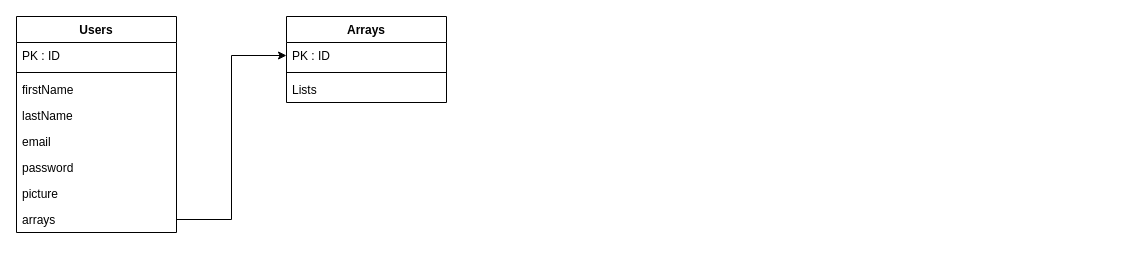
Earlier version of the draw.io diagram public/Untitled Diagram.drawio (Dimitri21/DISPW-Trello-Like). Source tidied: cells renumbered, new cells numbered last; positions are measured from the earlier drawing's top-left corner, leaving out a move shared by most shapes. Both pictures are drawn from the tidied source at 100%, with x=0, y=0 at pixel (16, 16).
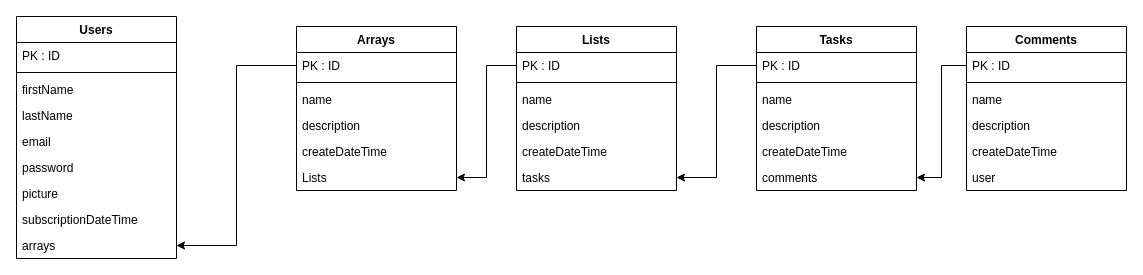
Above is the later version.

The change refers to these unchanged cells:
```xml
<mxCell id="3" value="PK : ID" style="text;strokeColor=none;fillColor=none;align=left;verticalAlign=top;spacingLeft=4;spacingRight=4;overflow=hidden;points=[[0,0.5],[1,0.5]];portConstraint=eastwest;" parent="2" vertex="1">
  <mxGeometry y="26" width="160" height="26" as="geometry" />
</mxCell>
```

What changed in the source:
```diff
@@
     <mxCell id="2" value="Arrays" style="swimlane;fontStyle=1;align=center;verticalAlign=top;horizontal=1;startSize=26;" parent="1" vertex="1">
-      <mxGeometry x="270" width="160" height="86" as="geometry" />
+      <mxGeometry x="280" y="10" width="160" height="164" as="geometry" />
     </mxCell>
@@
+    <mxCell id="16" value="name&#10;" style="text;strokeColor=none;fillColor=none;align=left;verticalAlign=top;spacingLeft=4;spacingRight=4;overflow=hidden;" parent="2" vertex="1">
+      <mxGeometry y="60" width="160" height="26" as="geometry" />
+    </mxCell>
+    <mxCell id="17" value="description&#10;" style="text;strokeColor=none;fillColor=none;align=left;verticalAlign=top;spacingLeft=4;spacingRight=4;overflow=hidden;" parent="2" vertex="1">
+      <mxGeometry y="86" width="160" height="26" as="geometry" />
+    </mxCell>
+    <mxCell id="18" value="createDateTime&#10;" style="text;strokeColor=none;fillColor=none;align=left;verticalAlign=top;spacingLeft=4;spacingRight=4;overflow=hidden;" parent="2" vertex="1">
+      <mxGeometry y="112" width="160" height="26" as="geometry" />
+    </mxCell>
     <mxCell id="5" value="Lists" style="text;strokeColor=none;fillColor=none;align=left;verticalAlign=top;spacingLeft=4;spacingRight=4;overflow=hidden;points=[[0,0.5],[1,0.5]];portConstraint=eastwest;" parent="2" vertex="1">
-      <mxGeometry y="60" width="160" height="26" as="geometry" />
+      <mxGeometry y="138" width="160" height="26" as="geometry" />
     </mxCell>
     <mxCell id="6" value="Users" style="swimlane;fontStyle=1;align=center;verticalAlign=top;horizontal=1;startSize=26;" parent="1" vertex="1">
-      <mxGeometry width="160" height="216" as="geometry" />
+      <mxGeometry width="160" height="242" as="geometry" />
     </mxCell>
@@
+    <mxCell id="19" value="picture&#10;" style="text;strokeColor=none;fillColor=none;align=left;verticalAlign=top;spacingLeft=4;spacingRight=4;overflow=hidden;" parent="6" vertex="1">
+      <mxGeometry y="164" width="160" height="26" as="geometry" />
+    </mxCell>
-    <mxCell id="13" value="picture&#10;" style="text;strokeColor=none;fillColor=none;align=left;verticalAlign=top;spacingLeft=4;spacingRight=4;overflow=hidden;" parent="6" vertex="1">
-      <mxGeometry y="164" width="160" height="26" as="geometry" />
+    <mxCell id="13" value="subscriptionDateTime&#10;&#10;" style="text;strokeColor=none;fillColor=none;align=left;verticalAlign=top;spacingLeft=4;spacingRight=4;overflow=hidden;" parent="6" vertex="1">
+      <mxGeometry y="190" width="160" height="26" as="geometry" />
     </mxCell>
     <mxCell id="14" value="arrays" style="text;strokeColor=none;fillColor=none;align=left;verticalAlign=top;spacingLeft=4;spacingRight=4;overflow=hidden;points=[[0,0.5],[1,0.5]];portConstraint=eastwest;" parent="6" vertex="1">
-      <mxGeometry y="190" width="160" height="26" as="geometry" />
+      <mxGeometry y="216" width="160" height="26" as="geometry" />
     </mxCell>
-    <mxCell id="15" style="edgeStyle=orthogonalEdgeStyle;rounded=0;jettySize=auto;html=1;exitX=1;exitY=0.5;exitDx=0;exitDy=0;entryX=0;entryY=0.5;entryDx=0;entryDy=0;" parent="1" edge="1" source="14" target="3">
-      <mxGeometry relative="1" as="geometry" />
-    </mxCell>
+    <mxCell id="20" value="Lists" style="swimlane;fontStyle=1;align=center;verticalAlign=top;horizontal=1;startSize=26;" parent="1" vertex="1">
+      <mxGeometry x="500" y="10" width="160" height="164" as="geometry" />
+    </mxCell>
+    <mxCell id="21" value="PK : ID" style="text;strokeColor=none;fillColor=none;align=left;verticalAlign=top;spacingLeft=4;spacingRight=4;overflow=hidden;points=[[0,0.5],[1,0.5]];portConstraint=eastwest;" parent="20" vertex="1">
+      <mxGeometry y="26" width="160" height="26" as="geometry" />
+    </mxCell>
+    <mxCell id="22" style="line;strokeWidth=1;fillColor=none;align=left;verticalAlign=middle;spacingTop=-1;spacingLeft=3;spacingRight=3;labelPosition=right;" parent="20" vertex="1">
+      <mxGeometry y="52" width="160" height="8" as="geometry" />
+    </mxCell>
+    <mxCell id="23" value="name&#10;" style="text;strokeColor=none;fillColor=none;align=left;verticalAlign=top;spacingLeft=4;spacingRight=4;overflow=hidden;" parent="20" vertex="1">
+      <mxGeometry y="60" width="160" height="26" as="geometry" />
+    </mxCell>
+    <mxCell id="24" value="description&#10;" style="text;strokeColor=none;fillColor=none;align=left;verticalAlign=top;spacingLeft=4;spacingRight=4;overflow=hidden;" parent="20" vertex="1">
+      <mxGeometry y="86" width="160" height="26" as="geometry" />
+    </mxCell>
+    <mxCell id="25" value="createDateTime&#10;" style="text;strokeColor=none;fillColor=none;align=left;verticalAlign=top;spacingLeft=4;spacingRight=4;overflow=hidden;" parent="20" vertex="1">
+      <mxGeometry y="112" width="160" height="26" as="geometry" />
+    </mxCell>
+    <mxCell id="26" value="tasks&#10;" style="text;strokeColor=none;fillColor=none;align=left;verticalAlign=top;spacingLeft=4;spacingRight=4;overflow=hidden;points=[[0,0.5],[1,0.5]];portConstraint=eastwest;" parent="20" vertex="1">
+      <mxGeometry y="138" width="160" height="26" as="geometry" />
+    </mxCell>
+    <mxCell id="27" value="Tasks" style="swimlane;fontStyle=1;align=center;verticalAlign=top;horizontal=1;startSize=26;" parent="1" vertex="1">
+      <mxGeometry x="740" y="10" width="160" height="164" as="geometry" />
+    </mxCell>
+    <mxCell id="28" value="PK : ID" style="text;strokeColor=none;fillColor=none;align=left;verticalAlign=top;spacingLeft=4;spacingRight=4;overflow=hidden;points=[[0,0.5],[1,0.5]];portConstraint=eastwest;" parent="27" vertex="1">
+      <mxGeometry y="26" width="160" height="26" as="geometry" />
+    </mxCell>
+    <mxCell id="29" style="line;strokeWidth=1;fillColor=none;align=left;verticalAlign=middle;spacingTop=-1;spacingLeft=3;spacingRight=3;labelPosition=right;" parent="27" vertex="1">
+      <mxGeometry y="52" width="160" height="8" as="geometry" />
+    </mxCell>
+    <mxCell id="30" value="name&#10;" style="text;strokeColor=none;fillColor=none;align=left;verticalAlign=top;spacingLeft=4;spacingRight=4;overflow=hidden;" parent="27" vertex="1">
+      <mxGeometry y="60" width="160" height="26" as="geometry" />
+    </mxCell>
+    <mxCell id="31" value="description&#10;" style="text;strokeColor=none;fillColor=none;align=left;verticalAlign=top;spacingLeft=4;spacingRight=4;overflow=hidden;" parent="27" vertex="1">
+      <mxGeometry y="86" width="160" height="26" as="geometry" />
+    </mxCell>
+    <mxCell id="32" value="createDateTime&#10;" style="text;strokeColor=none;fillColor=none;align=left;verticalAlign=top;spacingLeft=4;spacingRight=4;overflow=hidden;" parent="27" vertex="1">
+      <mxGeometry y="112" width="160" height="26" as="geometry" />
+    </mxCell>
+    <mxCell id="33" value="comments&#10;" style="text;strokeColor=none;fillColor=none;align=left;verticalAlign=top;spacingLeft=4;spacingRight=4;overflow=hidden;points=[[0,0.5],[1,0.5]];portConstraint=eastwest;" parent="27" vertex="1">
+      <mxGeometry y="138" width="160" height="26" as="geometry" />
+    </mxCell>
+    <mxCell id="34" value="Comments&#10;" style="swimlane;fontStyle=1;align=center;verticalAlign=top;horizontal=1;startSize=26;" parent="1" vertex="1">
+      <mxGeometry x="950" y="10" width="160" height="164" as="geometry" />
+    </mxCell>
+    <mxCell id="35" value="PK : ID" style="text;strokeColor=none;fillColor=none;align=left;verticalAlign=top;spacingLeft=4;spacingRight=4;overflow=hidden;points=[[0,0.5],[1,0.5]];portConstraint=eastwest;" parent="34" vertex="1">
+      <mxGeometry y="26" width="160" height="26" as="geometry" />
+    </mxCell>
+    <mxCell id="36" style="line;strokeWidth=1;fillColor=none;align=left;verticalAlign=middle;spacingTop=-1;spacingLeft=3;spacingRight=3;labelPosition=right;" parent="34" vertex="1">
+      <mxGeometry y="52" width="160" height="8" as="geometry" />
+    </mxCell>
+    <mxCell id="37" value="name&#10;" style="text;strokeColor=none;fillColor=none;align=left;verticalAlign=top;spacingLeft=4;spacingRight=4;overflow=hidden;" parent="34" vertex="1">
+      <mxGeometry y="60" width="160" height="26" as="geometry" />
+    </mxCell>
+    <mxCell id="38" value="description&#10;" style="text;strokeColor=none;fillColor=none;align=left;verticalAlign=top;spacingLeft=4;spacingRight=4;overflow=hidden;" parent="34" vertex="1">
+      <mxGeometry y="86" width="160" height="26" as="geometry" />
+    </mxCell>
+    <mxCell id="39" value="createDateTime&#10;" style="text;strokeColor=none;fillColor=none;align=left;verticalAlign=top;spacingLeft=4;spacingRight=4;overflow=hidden;" parent="34" vertex="1">
+      <mxGeometry y="112" width="160" height="26" as="geometry" />
+    </mxCell>
+    <mxCell id="40" value="user&#10;" style="text;strokeColor=none;fillColor=none;align=left;verticalAlign=top;spacingLeft=4;spacingRight=4;overflow=hidden;" parent="34" vertex="1">
+      <mxGeometry y="138" width="160" height="26" as="geometry" />
+    </mxCell>
+    <mxCell id="41" style="edgeStyle=orthogonalEdgeStyle;rounded=0;jettySize=auto;html=1;entryX=1;entryY=0.5;entryDx=0;entryDy=0;" parent="1" edge="1" source="3" target="14">
+      <mxGeometry relative="1" as="geometry" />
+    </mxCell>
+    <mxCell id="42" style="edgeStyle=orthogonalEdgeStyle;rounded=0;jettySize=auto;html=1;entryX=1;entryY=0.5;entryDx=0;entryDy=0;" parent="1" edge="1" source="21" target="5">
+      <mxGeometry relative="1" as="geometry" />
+    </mxCell>
+    <mxCell id="43" style="edgeStyle=orthogonalEdgeStyle;rounded=0;jettySize=auto;html=1;entryX=1;entryY=0.5;entryDx=0;entryDy=0;" parent="1" edge="1" source="28" target="26">
+      <mxGeometry relative="1" as="geometry" />
+    </mxCell>
+    <mxCell id="44" style="edgeStyle=orthogonalEdgeStyle;rounded=0;jettySize=auto;html=1;entryX=1;entryY=0.5;entryDx=0;entryDy=0;" parent="1" edge="1" source="35" target="33">
+      <mxGeometry relative="1" as="geometry" />
+    </mxCell>
```
